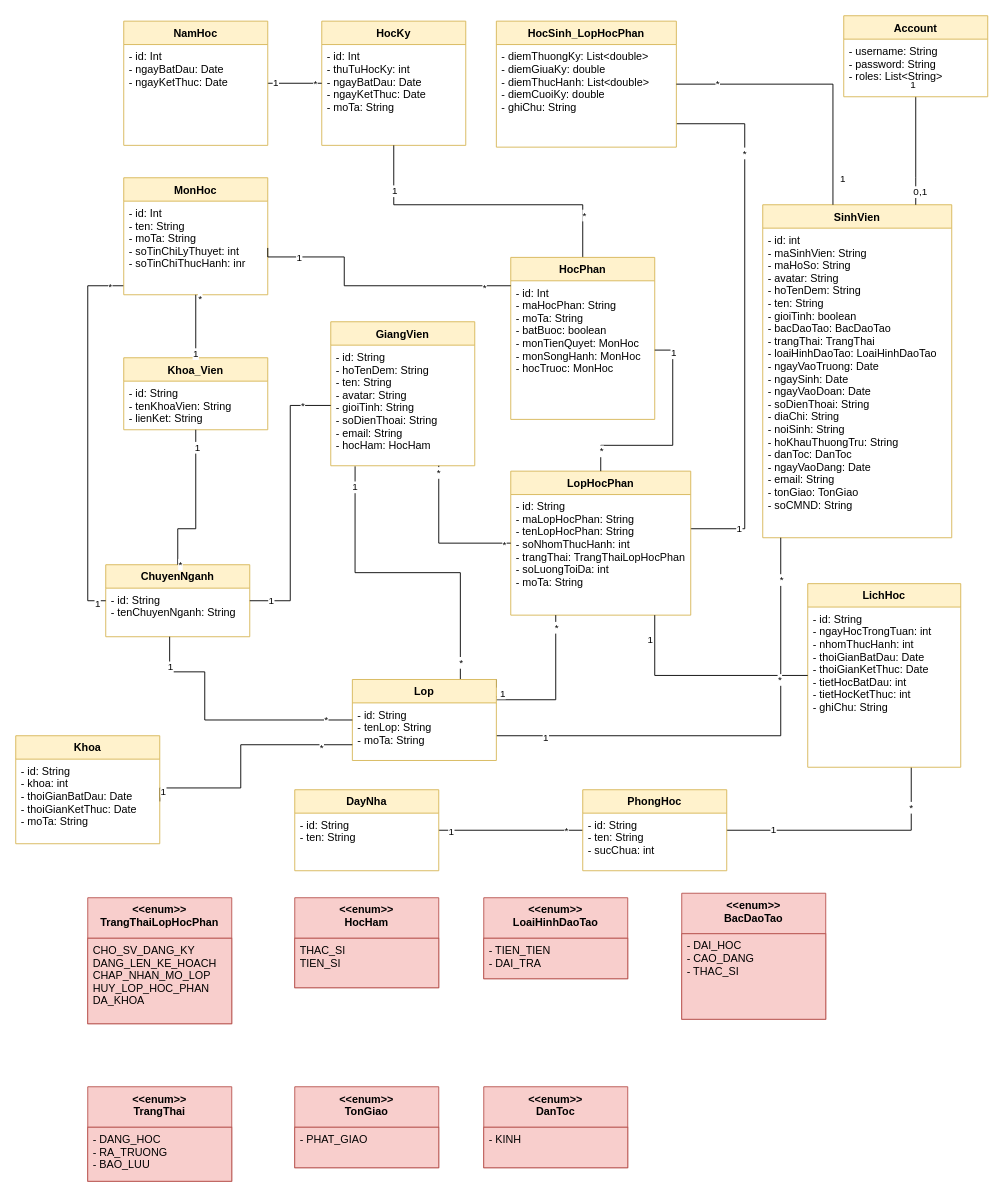
The draw.io diagram CMN_Class.drawio in duchoan6814/Truong-Duc-Hoan, before the edit. Source tidied: cells renumbered, new cells numbered last; positions are measured from the earlier drawing's top-left corner, leaving out a move shared by most shapes. Both pictures are drawn from the tidied source at 90%, with x=0, y=0 at pixel (15, 15).
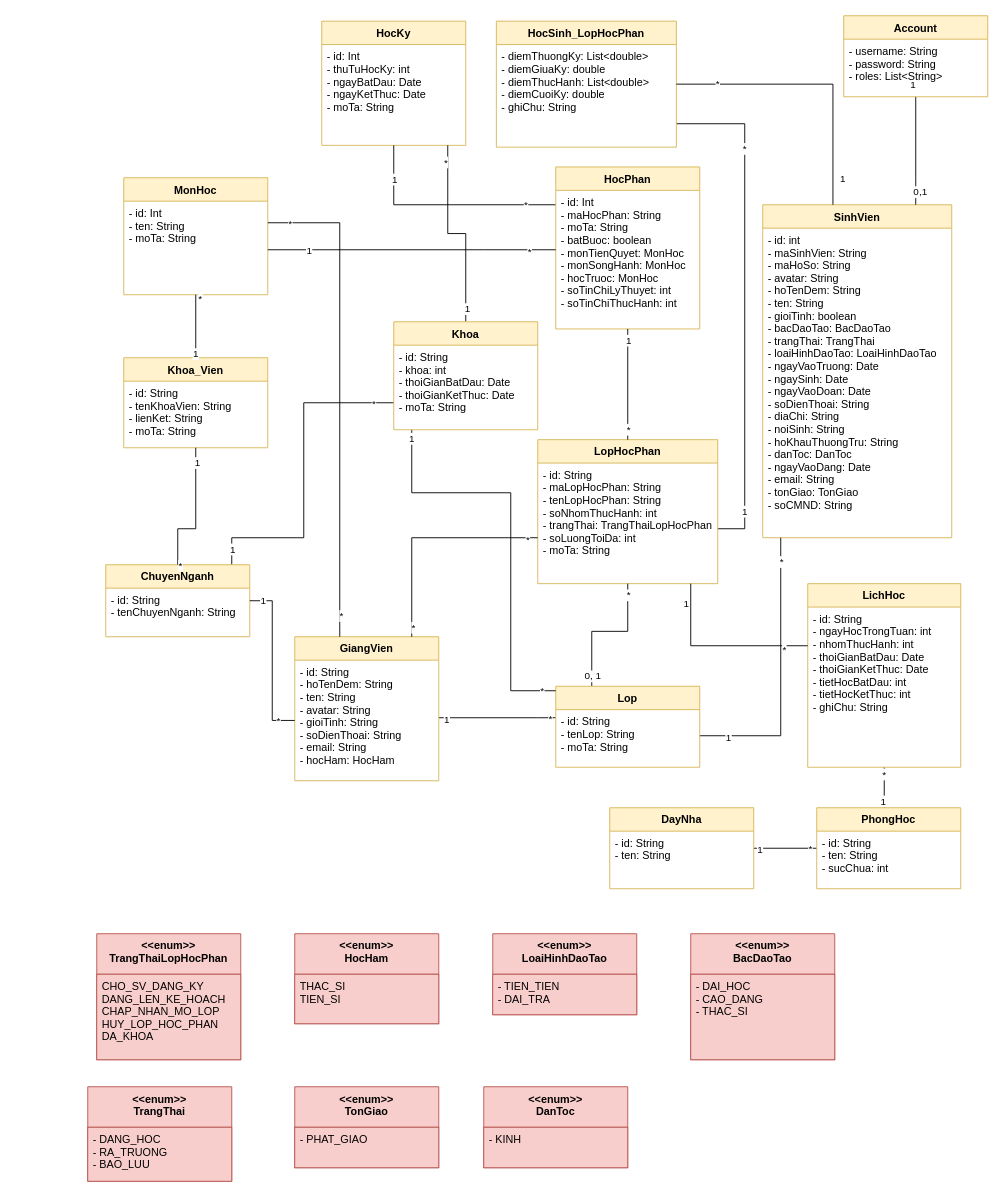
Above is the later version.

The change refers to these unchanged cells:
```xml
<mxCell id="6" value="ChuyenNganh" style="swimlane;fontStyle=1;align=center;verticalAlign=top;horizontal=1;startSize=26;fillColor=#fff2cc;strokeColor=#d6b656;" parent="1" vertex="1">
  <mxGeometry x="100" y="610" width="160" height="80" as="geometry" />
</mxCell>
<mxCell id="38" value="MonHoc" style="swimlane;fontStyle=1;align=center;verticalAlign=top;horizontal=1;startSize=26;fillColor=#fff2cc;strokeColor=#d6b656;" parent="1" vertex="1">
  <mxGeometry x="120" y="180" width="160" height="130" as="geometry" />
</mxCell>
<mxCell id="40" value="HocKy" style="swimlane;fontStyle=1;align=center;verticalAlign=top;horizontal=1;startSize=26;fillColor=#fff2cc;strokeColor=#d6b656;" parent="1" vertex="1">
  <mxGeometry x="340" y="6" width="160" height="138" as="geometry" />
</mxCell>
<mxCell id="46" value="- id: String&#10;- hoTenDem: String&#10;- ten: String&#10;- avatar: String&#10;- gioiTinh: String&#10;- soDienThoai: String&#10;- email: String&#10;- hocHam: HocHam" style="text;strokeColor=none;fillColor=none;align=left;verticalAlign=top;spacingLeft=4;spacingRight=4;overflow=hidden;points=[[0,0.5],[1,0.5]];portConstraint=eastwest;" parent="45" vertex="1">
  <mxGeometry y="26" width="160" height="134" as="geometry" />
</mxCell>
<mxCell id="58" value="LichHoc" style="swimlane;fontStyle=1;align=center;verticalAlign=top;horizontal=1;startSize=26;fillColor=#fff2cc;strokeColor=#d6b656;" parent="1" vertex="1">
  <mxGeometry x="880" y="631" width="170" height="204" as="geometry" />
</mxCell>
<mxCell id="107" value="- id: String&#10;- khoa: int&#10;- thoiGianBatDau: Date&#10;- thoiGianKetThuc: Date&#10;- moTa: String" style="text;strokeColor=none;fillColor=none;align=left;verticalAlign=top;spacingLeft=4;spacingRight=4;overflow=hidden;points=[[0,0.5],[1,0.5]];portConstraint=eastwest;" parent="106" vertex="1">
  <mxGeometry y="26" width="160" height="94" as="geometry" />
</mxCell>
```

Change to the diagram source:
```diff
@@
     <mxCell id="4" value="Khoa_Vien" style="swimlane;fontStyle=1;align=center;verticalAlign=top;horizontal=1;startSize=26;fillColor=#fff2cc;strokeColor=#d6b656;" parent="1" vertex="1">
-      <mxGeometry x="120" y="380" width="160" height="80" as="geometry" />
+      <mxGeometry x="120" y="380" width="160" height="100" as="geometry" />
     </mxCell>
-    <mxCell id="5" value="- id: String&#10;- tenKhoaVien: String&#10;- lienKet: String" style="text;strokeColor=none;fillColor=none;align=left;verticalAlign=top;spacingLeft=4;spacingRight=4;overflow=hidden;" parent="4" vertex="1">
-      <mxGeometry y="26" width="160" height="54" as="geometry" />
+    <mxCell id="5" value="- id: String&#10;- tenKhoaVien: String&#10;- lienKet: String&#10;- moTa: String" style="text;strokeColor=none;fillColor=none;align=left;verticalAlign=top;spacingLeft=4;spacingRight=4;overflow=hidden;" parent="4" vertex="1">
+      <mxGeometry y="26" width="160" height="74" as="geometry" />
     </mxCell>
+    <mxCell id="108" style="edgeStyle=orthogonalEdgeStyle;rounded=0;jettySize=auto;html=1;endArrow=none;endFill=0;" parent="1" edge="1" source="6" target="106">
+      <mxGeometry relative="1" as="geometry">
+        <Array as="points">
+          <mxPoint x="240" y="580" />
+          <mxPoint x="320" y="580" />
+          <mxPoint x="320" y="430" />
+        </Array>
+      </mxGeometry>
+    </mxCell>
+    <mxCell id="109" value="1" style="edgeLabel;html=1;align=center;verticalAlign=middle;" parent="108" vertex="1">
+      <mxGeometry x="-0.9" relative="1" as="geometry" />
+    </mxCell>
+    <mxCell id="110" value="*" style="edgeLabel;html=1;align=center;verticalAlign=middle;" parent="108" vertex="1">
+      <mxGeometry x="0.87" relative="1" as="geometry" />
+    </mxCell>
@@
     <mxCell id="17" value="LopHocPhan" style="swimlane;fontStyle=1;align=center;verticalAlign=top;horizontal=1;startSize=26;fillColor=#fff2cc;strokeColor=#d6b656;" parent="1" vertex="1">
-      <mxGeometry x="550" y="506" width="200" height="160" as="geometry" />
+      <mxGeometry x="580" y="471" width="200" height="160" as="geometry" />
     </mxCell>
@@
-    <mxCell id="19" style="edgeStyle=orthogonalEdgeStyle;rounded=0;jettySize=auto;html=1;exitX=0.75;exitY=0;exitDx=0;exitDy=0;entryX=0.169;entryY=1.004;entryDx=0;entryDy=0;entryPerimeter=0;endArrow=none;endFill=0;" parent="1" edge="1" source="25" target="46">
-      <mxGeometry relative="1" as="geometry" />
+    <mxCell id="19" style="edgeStyle=orthogonalEdgeStyle;rounded=0;jettySize=auto;html=1;endArrow=none;endFill=0;" parent="1" edge="1" source="25" target="45">
+      <mxGeometry relative="1" as="geometry">
+        <Array as="points">
+          <mxPoint x="580" y="780" />
+          <mxPoint x="580" y="780" />
+        </Array>
+      </mxGeometry>
     </mxCell>
@@
-    <mxCell id="22" style="edgeStyle=orthogonalEdgeStyle;rounded=0;jettySize=auto;html=1;exitX=1;exitY=0;exitDx=0;exitDy=0;endArrow=none;endFill=0;" parent="1" edge="1" source="25" target="17">
+    <mxCell id="22" style="edgeStyle=orthogonalEdgeStyle;rounded=0;jettySize=auto;html=1;endArrow=none;endFill=0;" parent="1" edge="1" source="25" target="17">
       <mxGeometry relative="1" as="geometry">
         <Array as="points">
-          <mxPoint x="534" y="760" />
-          <mxPoint x="600" y="760" />
+          <mxPoint x="640" y="684" />
+          <mxPoint x="680" y="684" />
         </Array>
       </mxGeometry>
     </mxCell>
@@
     <mxCell id="25" value="Lop" style="swimlane;fontStyle=1;align=center;verticalAlign=top;horizontal=1;startSize=26;fillColor=#fff2cc;strokeColor=#d6b656;" parent="1" vertex="1">
-      <mxGeometry x="374" y="737.5" width="160" height="90" as="geometry" />
+      <mxGeometry x="600" y="745" width="160" height="90" as="geometry" />
     </mxCell>
@@
-    <mxCell id="27" style="edgeStyle=orthogonalEdgeStyle;rounded=0;jettySize=auto;html=1;endArrow=none;endFill=0;" parent="1" edge="1" source="25" target="6">
-      <mxGeometry relative="1" as="geometry">
-        <Array as="points">
-          <mxPoint x="210" y="783" />
-          <mxPoint x="210" y="729" />
-          <mxPoint x="171" y="729" />
-        </Array>
-      </mxGeometry>
-    </mxCell>
-    <mxCell id="28" value="1" style="edgeLabel;html=1;align=center;verticalAlign=middle;" parent="27" vertex="1">
-      <mxGeometry x="0.77" relative="1" as="geometry" />
-    </mxCell>
-    <mxCell id="29" value="*" style="edgeLabel;html=1;align=center;verticalAlign=middle;" parent="27" vertex="1">
-      <mxGeometry x="-0.8" y="-1" relative="1" as="geometry" />
-    </mxCell>
@@
-    <mxCell id="35" style="edgeStyle=orthogonalEdgeStyle;rounded=0;jettySize=auto;html=1;endArrow=none;endFill=0;" parent="1" edge="1" source="38" target="6">
-      <mxGeometry relative="1" as="geometry">
-        <Array as="points">
-          <mxPoint x="80" y="300" />
-          <mxPoint x="80" y="650" />
-        </Array>
-      </mxGeometry>
-    </mxCell>
-    <mxCell id="36" value="1" style="edgeLabel;html=1;align=center;verticalAlign=middle;" parent="35" vertex="1">
-      <mxGeometry x="0.95" y="-3" relative="1" as="geometry" />
-    </mxCell>
-    <mxCell id="37" value="*" style="edgeLabel;html=1;align=center;verticalAlign=middle;" parent="35" vertex="1">
-      <mxGeometry x="-0.92" relative="1" as="geometry" />
-    </mxCell>
@@
-    <mxCell id="39" value="- id: Int&#10;- ten: String&#10;- moTa: String&#10;- soTinChiLyThuyet: int&#10;- soTinChiThucHanh: inr" style="text;strokeColor=none;fillColor=none;align=left;verticalAlign=top;spacingLeft=4;spacingRight=4;overflow=hidden;points=[[0,0.5],[1,0.5]];portConstraint=eastwest;" parent="38" vertex="1">
+    <mxCell id="39" value="- id: Int&#10;- ten: String&#10;- moTa: String" style="text;strokeColor=none;fillColor=none;align=left;verticalAlign=top;spacingLeft=4;spacingRight=4;overflow=hidden;points=[[0,0.5],[1,0.5]];portConstraint=eastwest;" parent="38" vertex="1">
       <mxGeometry y="26" width="160" height="104" as="geometry" />
     </mxCell>
@@
     <mxCell id="45" value="GiangVien" style="swimlane;fontStyle=1;align=center;verticalAlign=top;horizontal=1;startSize=26;fillColor=#fff2cc;strokeColor=#d6b656;" parent="1" vertex="1">
-      <mxGeometry x="350" y="340" width="160" height="160" as="geometry" />
+      <mxGeometry x="310" y="690" width="160" height="160" as="geometry" />
     </mxCell>
@@
     <mxCell id="60" style="edgeStyle=orthogonalEdgeStyle;rounded=0;jettySize=auto;html=1;endArrow=none;endFill=0;" parent="1" edge="1" source="58" target="17">
       <mxGeometry relative="1" as="geometry">
         <Array as="points">
-          <mxPoint x="710" y="733" />
+          <mxPoint x="750" y="700" />
         </Array>
       </mxGeometry>
     </mxCell>
@@
     <mxCell id="63" value="&lt;&lt;enum&gt;&gt;&#10;BacDaoTao" style="swimlane;fontStyle=1;align=center;verticalAlign=top;horizontal=1;startSize=45;fillColor=#f8cecc;strokeColor=#b85450;" parent="1" vertex="1">
-      <mxGeometry x="740" y="975" width="160" height="140" as="geometry" />
+      <mxGeometry x="750" y="1020" width="160" height="140" as="geometry" />
     </mxCell>
@@
     <mxCell id="65" value="&lt;&lt;enum&gt;&gt;&#10;LoaiHinhDaoTao" style="swimlane;fontStyle=1;align=center;verticalAlign=top;horizontal=1;startSize=45;fillColor=#f8cecc;strokeColor=#b85450;" parent="1" vertex="1">
-      <mxGeometry x="520" y="980" width="160" height="90" as="geometry" />
+      <mxGeometry x="530" y="1020" width="160" height="90" as="geometry" />
     </mxCell>
@@
     <mxCell id="73" value="HocPhan" style="swimlane;fontStyle=1;align=center;verticalAlign=top;horizontal=1;startSize=26;fillColor=#fff2cc;strokeColor=#d6b656;" parent="1" vertex="1">
-      <mxGeometry x="550" y="268.5" width="160" height="180" as="geometry" />
+      <mxGeometry x="600" y="168" width="160" height="180" as="geometry" />
     </mxCell>
-    <mxCell id="74" value="- id: Int&#10;- maHocPhan: String&#10;- moTa: String&#10;- batBuoc: boolean&#10;- monTienQuyet: MonHoc&#10;- monSongHanh: MonHoc&#10;- hocTruoc: MonHoc" style="text;strokeColor=none;fillColor=none;align=left;verticalAlign=top;spacingLeft=4;spacingRight=4;overflow=hidden;points=[[0,0.5],[1,0.5]];portConstraint=eastwest;" parent="73" vertex="1">
+    <mxCell id="74" value="- id: Int&#10;- maHocPhan: String&#10;- moTa: String&#10;- batBuoc: boolean&#10;- monTienQuyet: MonHoc&#10;- monSongHanh: MonHoc&#10;- hocTruoc: MonHoc&#10;- soTinChiLyThuyet: int&#10;- soTinChiThucHanh: int" style="text;strokeColor=none;fillColor=none;align=left;verticalAlign=top;spacingLeft=4;spacingRight=4;overflow=hidden;points=[[0,0.5],[1,0.5]];portConstraint=eastwest;" parent="73" vertex="1">
       <mxGeometry y="26" width="160" height="154" as="geometry" />
     </mxCell>
-    <mxCell id="75" style="edgeStyle=orthogonalEdgeStyle;rounded=0;jettySize=auto;html=1;exitX=1;exitY=0.5;exitDx=0;exitDy=0;endArrow=none;endFill=0;" parent="1" edge="1" source="39" target="73">
+    <mxCell id="75" style="edgeStyle=orthogonalEdgeStyle;rounded=0;jettySize=auto;html=1;endArrow=none;endFill=0;" parent="1" edge="1" source="38" target="73">
       <mxGeometry relative="1" as="geometry">
         <Array as="points">
-          <mxPoint x="280" y="268" />
-          <mxPoint x="365" y="268" />
-          <mxPoint x="365" y="300" />
+          <mxPoint x="520" y="260" />
+          <mxPoint x="520" y="260" />
         </Array>
       </mxGeometry>
     </mxCell>
@@
-    <mxCell id="78" style="edgeStyle=orthogonalEdgeStyle;rounded=0;jettySize=auto;html=1;exitX=1;exitY=0.5;exitDx=0;exitDy=0;endArrow=none;endFill=0;" parent="1" edge="1" source="74" target="17">
+    <mxCell id="78" style="edgeStyle=orthogonalEdgeStyle;rounded=0;jettySize=auto;html=1;endArrow=none;endFill=0;" parent="1" edge="1" source="73" target="17">
       <mxGeometry relative="1" as="geometry" />
     </mxCell>
@@
     <mxCell id="84" value="PhongHoc" style="swimlane;fontStyle=1;align=center;verticalAlign=top;horizontal=1;startSize=26;fillColor=#fff2cc;strokeColor=#d6b656;" parent="1" vertex="1">
-      <mxGeometry x="630" y="860" width="160" height="90" as="geometry" />
+      <mxGeometry x="890" y="880" width="160" height="90" as="geometry" />
     </mxCell>
@@
     <mxCell id="86" value="DayNha" style="swimlane;fontStyle=1;align=center;verticalAlign=top;horizontal=1;startSize=26;fillColor=#fff2cc;strokeColor=#d6b656;" parent="1" vertex="1">
-      <mxGeometry x="310" y="860" width="160" height="90" as="geometry" />
+      <mxGeometry x="660" y="880" width="160" height="90" as="geometry" />
     </mxCell>
@@
     <mxCell id="88" value="&lt;&lt;enum&gt;&gt;&#10;HocHam" style="swimlane;fontStyle=1;align=center;verticalAlign=top;horizontal=1;startSize=45;fillColor=#f8cecc;strokeColor=#b85450;" parent="1" vertex="1">
-      <mxGeometry x="310" y="980" width="160" height="100" as="geometry" />
+      <mxGeometry x="310" y="1020" width="160" height="100" as="geometry" />
     </mxCell>
@@
     <mxCell id="93" value="&lt;&lt;enum&gt;&gt;&#10;TrangThaiLopHocPhan" style="swimlane;fontStyle=1;align=center;verticalAlign=top;horizontal=1;startSize=45;fillColor=#f8cecc;strokeColor=#b85450;" parent="1" vertex="1">
-      <mxGeometry x="80" y="980" width="160" height="140" as="geometry" />
+      <mxGeometry x="90" y="1020" width="160" height="140" as="geometry" />
     </mxCell>
@@
     <mxCell id="95" style="edgeStyle=orthogonalEdgeStyle;rounded=0;jettySize=auto;html=1;endArrow=none;endFill=0;" parent="1" edge="1" source="45" target="17">
       <mxGeometry relative="1" as="geometry">
         <Array as="points">
-          <mxPoint x="470" y="586" />
+          <mxPoint x="440" y="580" />
         </Array>
       </mxGeometry>
     </mxCell>
@@
-    <mxCell id="98" style="edgeStyle=orthogonalEdgeStyle;rounded=0;jettySize=auto;html=1;endArrow=none;endFill=0;" parent="1" edge="1" source="101" target="40">
-      <mxGeometry relative="1" as="geometry" />
-    </mxCell>
-    <mxCell id="99" value="1" style="edgeLabel;html=1;align=center;verticalAlign=middle;" parent="98" vertex="1">
-      <mxGeometry x="-0.74" y="1" relative="1" as="geometry" />
-    </mxCell>
-    <mxCell id="100" value="*" style="edgeLabel;html=1;align=center;verticalAlign=middle;" parent="98" vertex="1">
-      <mxGeometry x="0.74" relative="1" as="geometry" />
-    </mxCell>
-    <mxCell id="101" value="NamHoc" style="swimlane;fontStyle=1;align=center;verticalAlign=top;horizontal=1;startSize=26;fillColor=#fff2cc;strokeColor=#d6b656;" parent="1" vertex="1">
-      <mxGeometry x="120" y="6" width="160" height="138" as="geometry" />
-    </mxCell>
-    <mxCell id="102" value="- id: Int&#10;- ngayBatDau: Date&#10;- ngayKetThuc: Date" style="text;strokeColor=none;fillColor=none;align=left;verticalAlign=top;spacingLeft=4;spacingRight=4;overflow=hidden;" parent="101" vertex="1">
-      <mxGeometry y="26" width="160" height="112" as="geometry" />
-    </mxCell>
-    <mxCell id="103" style="edgeStyle=orthogonalEdgeStyle;rounded=0;jettySize=auto;html=1;exitX=1;exitY=0.5;exitDx=0;exitDy=0;endArrow=none;endFill=0;" parent="1" edge="1" source="107" target="25">
-      <mxGeometry relative="1" as="geometry">
-        <Array as="points">
-          <mxPoint x="250" y="858" />
-          <mxPoint x="250" y="810" />
-        </Array>
-      </mxGeometry>
-    </mxCell>
-    <mxCell id="104" value="1" style="edgeLabel;html=1;align=center;verticalAlign=middle;" parent="103" vertex="1">
-      <mxGeometry x="-0.87" y="-3" relative="1" as="geometry" />
-    </mxCell>
-    <mxCell id="105" value="*" style="edgeLabel;html=1;align=center;verticalAlign=middle;" parent="103" vertex="1">
-      <mxGeometry x="0.75" y="-3" relative="1" as="geometry" />
-    </mxCell>
+    <mxCell id="111" style="edgeStyle=orthogonalEdgeStyle;rounded=0;jettySize=auto;html=1;endArrow=none;endFill=0;" parent="1" edge="1" source="106" target="25">
+      <mxGeometry relative="1" as="geometry">
+        <Array as="points">
+          <mxPoint x="440" y="530" />
+          <mxPoint x="550" y="530" />
+          <mxPoint x="550" y="750" />
+        </Array>
+      </mxGeometry>
+    </mxCell>
+    <mxCell id="112" value="1" style="edgeLabel;html=1;align=center;verticalAlign=middle;" parent="111" vertex="1">
+      <mxGeometry x="-0.96" y="-1" relative="1" as="geometry" />
+    </mxCell>
+    <mxCell id="113" value="*" style="edgeLabel;html=1;align=center;verticalAlign=middle;" parent="111" vertex="1">
+      <mxGeometry x="0.93" y="1" relative="1" as="geometry" />
+    </mxCell>
+    <mxCell id="114" style="edgeStyle=orthogonalEdgeStyle;rounded=0;jettySize=auto;html=1;endArrow=none;endFill=0;" parent="1" edge="1" source="106" target="40">
+      <mxGeometry relative="1" as="geometry">
+        <Array as="points">
+          <mxPoint x="500" y="242" />
+          <mxPoint x="480" y="242" />
+        </Array>
+      </mxGeometry>
+    </mxCell>
+    <mxCell id="115" value="1" style="edgeLabel;html=1;align=center;verticalAlign=middle;" parent="114" vertex="1">
+      <mxGeometry x="-0.86" y="-1" relative="1" as="geometry" />
+    </mxCell>
+    <mxCell id="116" value="*" style="edgeLabel;html=1;align=center;verticalAlign=middle;" parent="114" vertex="1">
+      <mxGeometry x="0.83" y="3" relative="1" as="geometry" />
+    </mxCell>
     <mxCell id="106" value="Khoa" style="swimlane;fontStyle=1;align=center;verticalAlign=top;horizontal=1;startSize=26;fillColor=#fff2cc;strokeColor=#d6b656;" parent="1" vertex="1">
-      <mxGeometry y="800" width="160" height="120" as="geometry" />
+      <mxGeometry x="420" y="340" width="160" height="120" as="geometry" />
     </mxCell>
@@
+    <mxCell id="117" style="edgeStyle=orthogonalEdgeStyle;rounded=0;jettySize=auto;html=1;endArrow=none;endFill=0;" parent="1" edge="1" source="38" target="45">
+      <mxGeometry relative="1" as="geometry">
+        <Array as="points">
+          <mxPoint x="360" y="230" />
+        </Array>
+      </mxGeometry>
+    </mxCell>
+    <mxCell id="118" value="*" style="edgeLabel;html=1;align=center;verticalAlign=middle;" parent="117" vertex="1">
+      <mxGeometry x="-0.91" relative="1" as="geometry" />
+    </mxCell>
+    <mxCell id="119" value="*" style="edgeLabel;html=1;align=center;verticalAlign=middle;" parent="117" vertex="1">
+      <mxGeometry x="0.91" y="1" relative="1" as="geometry" />
+    </mxCell>
```
